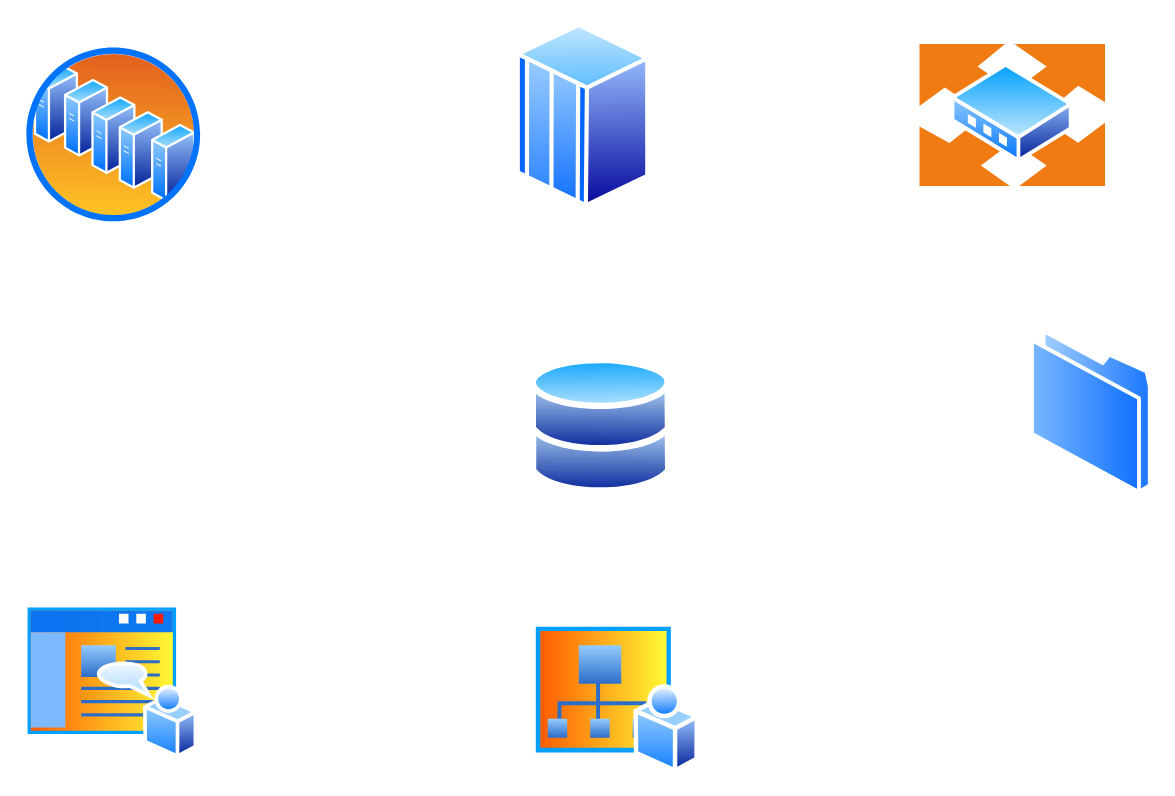
Above: page "Página-1" (1 of 2) of Diagrama circulacion de info.drawio in canalpi24/databasrl (draw.io), before the change. Source tidied: cells renumbered, new cells numbered last; positions are measured from the earlier drawing's top-left corner, leaving out a move shared by most shapes. Both pictures are drawn from the tidied source at 139%, with x=0, y=0 at pixel (22, 22).
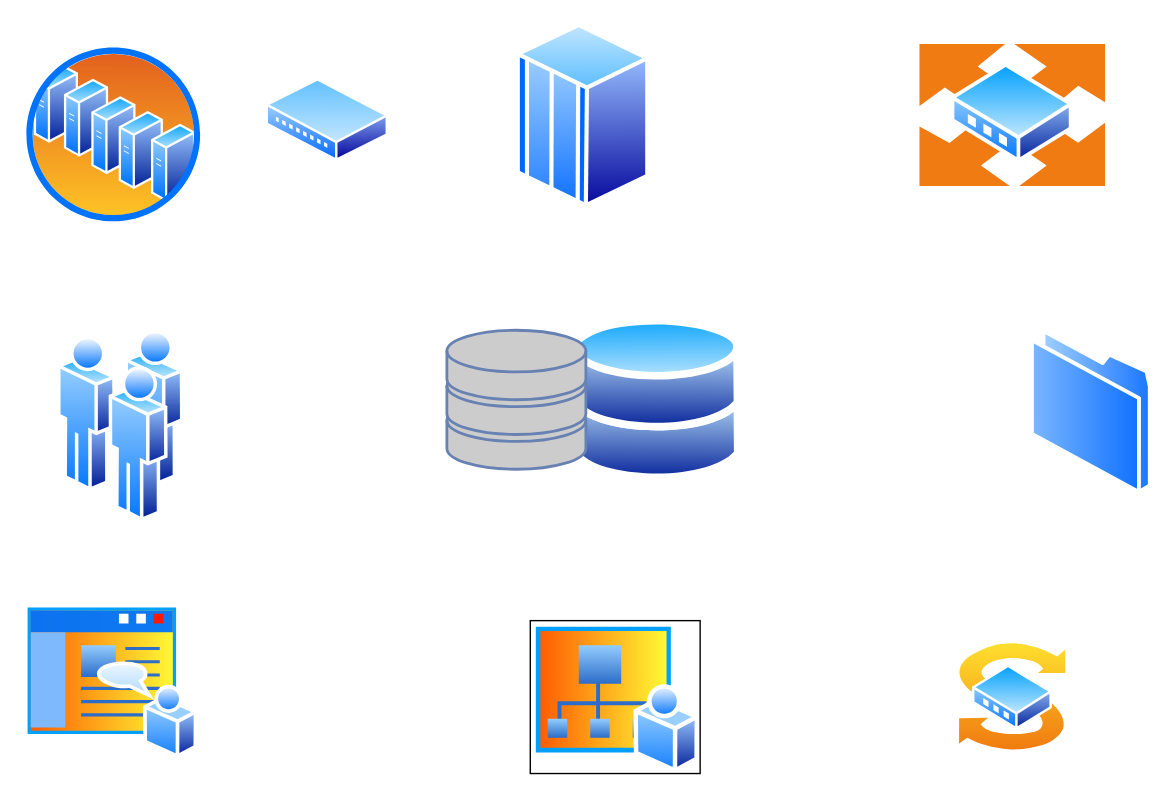
The same page after the edit.

Change to the diagram source:
```diff
@@
 <mxGraphModel>
   <root>
     <mxCell id="0" />
     <mxCell id="1" parent="0" />
     <mxCell id="2" style="perimeter=ellipsePerimeter;html=1;align=center;shadow=0;dashed=0;spacingTop=3;image;image=img/lib/active_directory/databases.svg;" parent="1" vertex="1">
-      <mxGeometry x="365" y="240" width="102" height="100" as="geometry" />
+      <mxGeometry x="395" y="211.1" width="122.5" height="120" as="geometry" />
     </mxCell>
     <mxCell id="3" style="perimeter=ellipsePerimeter;html=1;align=center;shadow=0;dashed=0;spacingTop=3;image;image=img/lib/active_directory/folder.svg;" parent="1" vertex="1">
       <mxGeometry x="725" y="220" width="87.6" height="120" as="geometry" />
     </mxCell>
     <mxCell id="4" style="perimeter=ellipsePerimeter;html=1;align=center;shadow=0;dashed=0;spacingTop=3;image;image=img/lib/active_directory/mainframe_host.svg;" parent="1" vertex="1">
       <mxGeometry x="355" width="96.2" height="133.6" as="geometry" />
     </mxCell>
-    <mxCell id="5" style="perimeter=ellipsePerimeter;html=1;align=center;shadow=0;dashed=0;spacingTop=3;image;image=img/lib/active_directory/my_sites.svg;" parent="1" vertex="1">
+    <mxCell id="5" style="perimeter=ellipsePerimeter;html=1;align=center;shadow=0;dashed=0;spacingTop=3;image;image=img/lib/active_directory/my_sites.svg;imageBorder=#000000;" parent="1" vertex="1">
       <mxGeometry x="365" y="430" width="122.2" height="110" as="geometry" />
     </mxCell>
     <mxCell id="6" style="perimeter=ellipsePerimeter;html=1;align=center;shadow=0;dashed=0;spacingTop=3;image;image=img/lib/active_directory/home_page.svg;" parent="1" vertex="1">
       <mxGeometry x="0.5" y="417.1" width="125.5" height="112.9" as="geometry" />
     </mxCell>
     <mxCell id="7" style="perimeter=ellipsePerimeter;html=1;align=center;shadow=0;dashed=0;spacingTop=3;image;image=img/lib/active_directory/router.svg;" parent="1" vertex="1">
       <mxGeometry x="645" y="15.7" width="134.5" height="102.2" as="geometry" />
     </mxCell>
     <mxCell id="8" style="perimeter=ellipsePerimeter;html=1;align=center;shadow=0;dashed=0;spacingTop=3;image;image=img/lib/active_directory/server_farm.svg;" parent="1" vertex="1">
       <mxGeometry x="0.5" y="15.7" width="130" height="130" as="geometry" />
     </mxCell>
+    <mxCell id="9" style="perimeter=ellipsePerimeter;html=1;align=center;shadow=0;dashed=0;spacingTop=3;image;image=img/lib/active_directory/users.svg;" parent="1" vertex="1">
+      <mxGeometry x="25" y="221.1" width="91" height="137.9" as="geometry" />
+    </mxCell>
+    <mxCell id="10" style="perimeter=ellipsePerimeter;html=1;align=center;shadow=0;dashed=0;spacingTop=3;image;image=img/lib/active_directory/switch.svg;" parent="1" vertex="1">
+      <mxGeometry x="672.2" y="445" width="80" height="80" as="geometry" />
+    </mxCell>
+    <mxCell id="11" style="perimeter=ellipsePerimeter;html=1;align=center;shadow=0;dashed=0;spacingTop=3;image;image=img/lib/active_directory/wiring_hub.svg;" parent="1" vertex="1">
+      <mxGeometry x="175" y="40" width="88.2" height="60" as="geometry" />
+    </mxCell>
+    <mxCell id="12" style="fontColor=#0066CC;verticalAlign=top;verticalLabelPosition=bottom;labelPosition=center;align=center;html=1;fillColor=#CCCCCC;strokeColor=#6881B3;gradientColor=none;gradientDirection=north;strokeWidth=2;shape=mxgraph.networks.storage;" parent="1" vertex="1">
+      <mxGeometry x="305" y="221.1" width="100" height="100" as="geometry" />
+    </mxCell>
   </root>
 </mxGraphModel>
```
